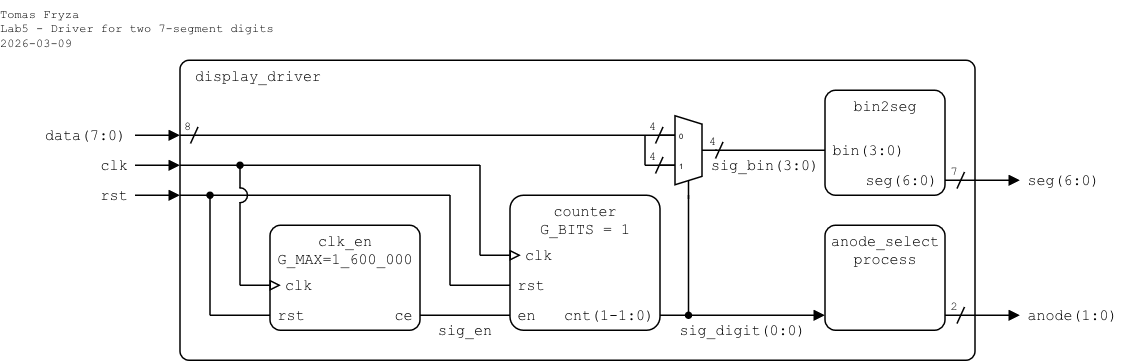
Before: lab5-display/images/schematic_display-driver.png, a diagram exported from draw.io (tomas-fryza/vhdl-examples). Source tidied: cells renumbered, new cells last; positions are measured from the earlier drawing's top-left corner, leaving out a move shared by most shapes.
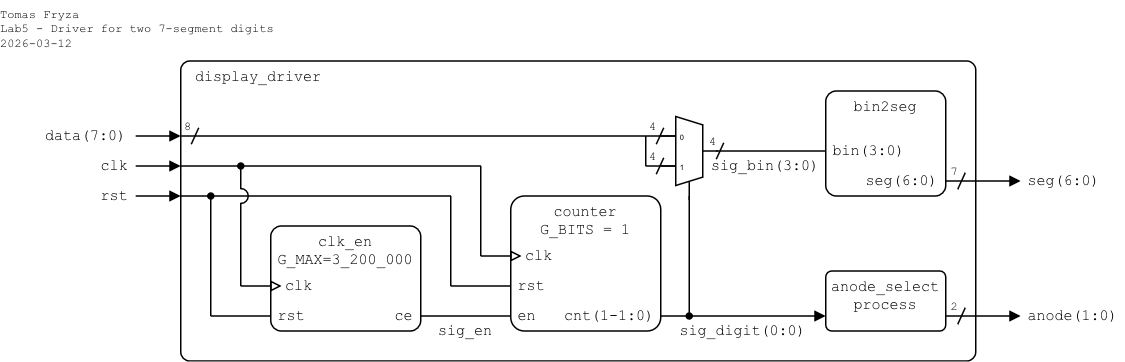
The same file after the commit.

Diff of the diagram source:
```diff
@@ -5,7 +5,7 @@
     <mxCell id="2" value="display_driver" style="rounded=1;arcSize=3;whiteSpace=wrap;html=1;align=left;verticalAlign=top;fontFamily=Courier New;absoluteArcSize=0;fillColor=none;fontSize=10;spacingLeft=10;imageHeight=24;spacing=0;" parent="1" vertex="1">
       <mxGeometry x="120" y="40" width="530" height="200" as="geometry" />
     </mxCell>
-    <mxCell id="3" value="clk_en&lt;div&gt;G_MAX=1_600_000&lt;br&gt;&lt;/div&gt;" style="rounded=1;arcSize=10;align=center;verticalAlign=top;fontFamily=Courier New;absoluteArcSize=0;fillColor=none;fixDash=0;fontSize=10;spacingLeft=0;labelBorderColor=none;spacingTop=0;spacing=0;labelBackgroundColor=none;whiteSpace=wrap;html=1;strokeWidth=1;shadow=0;glass=0;" parent="1" vertex="1">
+    <mxCell id="3" value="clk_en&lt;div&gt;G_MAX=3_200_000&lt;br&gt;&lt;/div&gt;" style="rounded=1;arcSize=10;align=center;verticalAlign=top;fontFamily=Courier New;absoluteArcSize=0;fillColor=none;fixDash=0;fontSize=10;spacingLeft=0;labelBorderColor=none;spacingTop=0;spacing=0;labelBackgroundColor=none;whiteSpace=wrap;html=1;strokeWidth=1;shadow=0;glass=0;" parent="1" vertex="1">
       <mxGeometry x="180" y="150" width="100" height="70" as="geometry" />
     </mxCell>
     <mxCell id="4" value="ce" style="text;html=1;align=right;verticalAlign=middle;whiteSpace=wrap;rounded=0;fontFamily=Courier New;fontSize=10;fillOpacity=100;spacing=0;spacingRight=5;" parent="1" vertex="1">
@@ -128,7 +128,7 @@
         <mxPoint x="477" y="105.5" as="targetPoint" />
       </mxGeometry>
     </mxCell>
-    <mxCell id="33" value="&lt;div&gt;Tomas Fryza&lt;/div&gt;&lt;div&gt;Lab5 - Driver for two 7-segment digits&lt;/div&gt;&lt;div&gt;2026-03-09&lt;/div&gt;" style="text;html=1;align=left;verticalAlign=top;whiteSpace=wrap;rounded=0;fontFamily=Courier New;fontSize=8;fillOpacity=100;spacing=0;spacingLeft=0;" parent="1" vertex="1">
+    <mxCell id="33" value="&lt;div&gt;Tomas Fryza&lt;/div&gt;&lt;div&gt;Lab5 - Driver for two 7-segment digits&lt;/div&gt;&lt;div&gt;2026-03-12&lt;/div&gt;" style="text;html=1;align=left;verticalAlign=top;whiteSpace=wrap;rounded=0;fontFamily=Courier New;fontSize=8;fillOpacity=100;spacing=0;spacingLeft=0;" parent="1" vertex="1">
       <mxGeometry width="200" height="40" as="geometry" />
     </mxCell>
     <mxCell id="34" style="endArrow=none;html=1;rounded=0;startArrow=none;startFill=0;endSize=4;startSize=4;" parent="1" edge="1">
@@ -252,7 +252,7 @@
       <mxGeometry x="440" y="210" width="110" height="20" as="geometry" />
     </mxCell>
     <mxCell id="58" value="anode_select&lt;br&gt;process" style="rounded=1;arcSize=10;align=center;verticalAlign=top;fontFamily=Courier New;absoluteArcSize=0;fillColor=none;fixDash=0;fontSize=10;spacingLeft=0;labelBorderColor=none;spacingTop=0;spacing=0;labelBackgroundColor=none;whiteSpace=wrap;html=1;strokeWidth=1;shadow=0;glass=0;" parent="1" vertex="1">
-      <mxGeometry x="550" y="150" width="80" height="70" as="geometry" />
+      <mxGeometry x="550" y="180" width="80" height="40" as="geometry" />
     </mxCell>
     <mxCell id="59" style="endArrow=block;html=1;rounded=0;endFill=1;orthogonal=1;endSize=5;startSize=5;" parent="1" edge="1">
       <mxGeometry relative="1" as="geometry">
```
